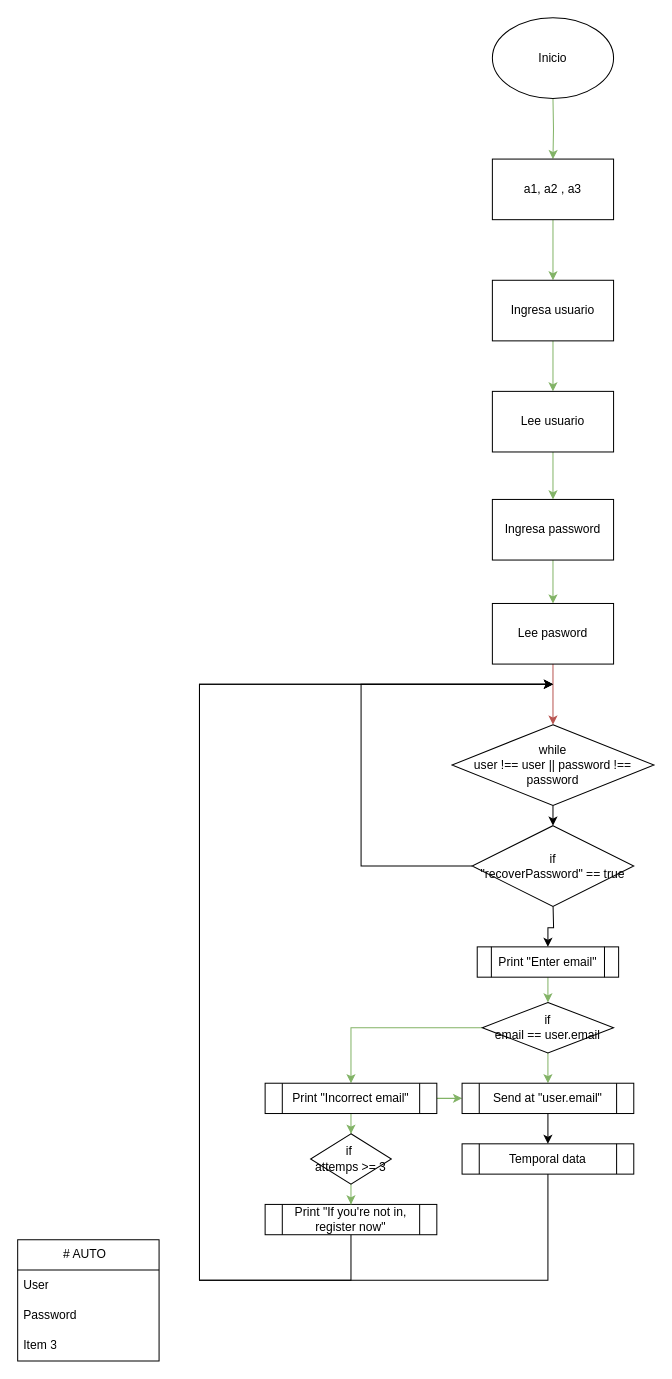
VictorJ-Ch/Cafeteria-Menu keeps this draw.io diagram as Diagrama sin título.drawio. Above is the earlier version. Source tidied: cells renumbered, new cells numbered last; positions are measured from the earlier drawing's top-left corner, leaving out a move shared by most shapes. Both pictures are drawn from the tidied source at 101%, with x=0, y=0 at pixel (17, 17).
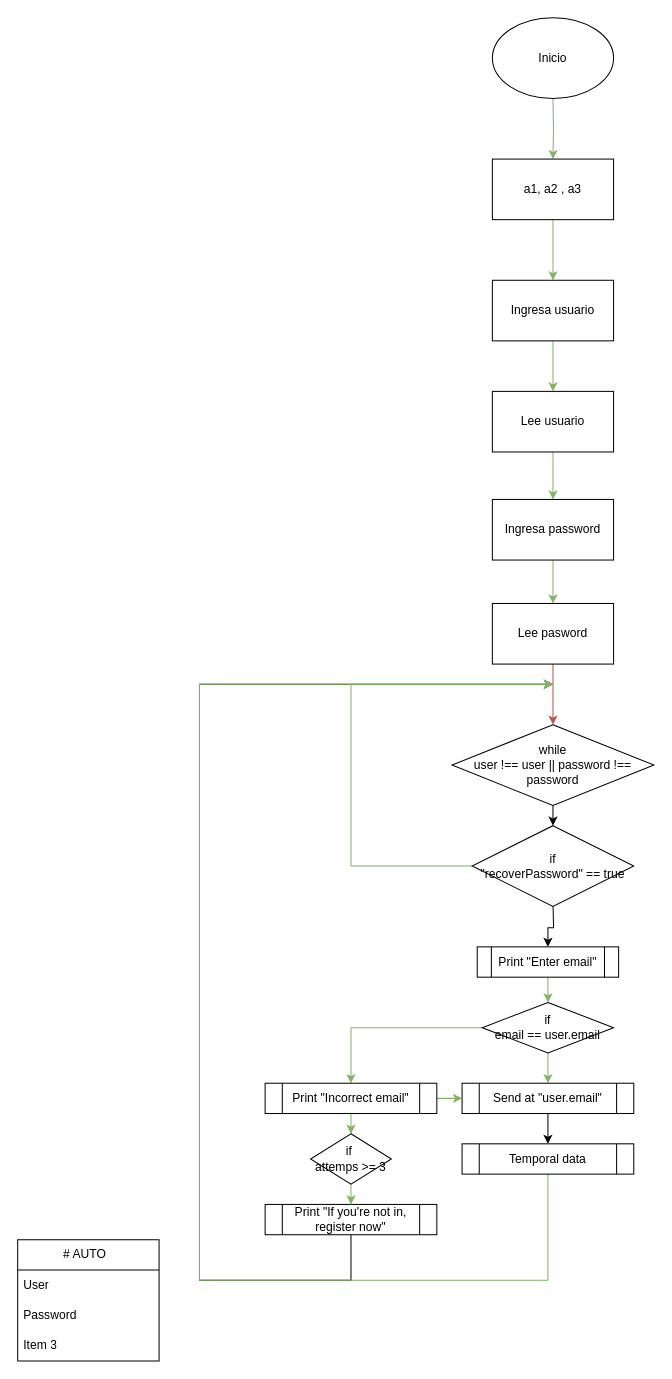
The same diagram, later.

The change refers to these unchanged cells:
```xml
<mxCell id="31" value="Temporal data" style="shape=process;whiteSpace=wrap;html=1;backgroundOutline=1;" parent="1" vertex="1">
  <mxGeometry x="440" y="1115" width="170" height="30" as="geometry" />
</mxCell>
<mxCell id="38" value="if&lt;br&gt;&quot;recoverPassword&quot; == true" style="rhombus;whiteSpace=wrap;html=1;" parent="1" vertex="1">
  <mxGeometry x="450" y="800" width="160" height="80" as="geometry" />
</mxCell>
```

What changed in the source:
```diff
@@
-    <mxCell id="30" style="edgeStyle=orthogonalEdgeStyle;rounded=0;jettySize=auto;html=1;exitX=0.5;exitY=1;exitDx=0;exitDy=0;" parent="1" edge="1" source="31">
+    <mxCell id="30" style="edgeStyle=orthogonalEdgeStyle;rounded=0;jettySize=auto;html=1;exitX=0.5;exitY=1;exitDx=0;exitDy=0;fillColor=#d5e8d4;gradientColor=#97d077;strokeColor=#82b366;" parent="1" edge="1" source="31">
       <mxGeometry relative="1" as="geometry">
         <mxPoint x="530" y="660" as="targetPoint" />
         <Array as="points">
           <mxPoint x="525" y="1250" />
           <mxPoint x="180" y="1250" />
           <mxPoint x="180" y="660" />
         </Array>
       </mxGeometry>
     </mxCell>
@@
-    <mxCell id="37" style="edgeStyle=orthogonalEdgeStyle;rounded=0;jettySize=auto;html=1;exitX=0;exitY=0.5;exitDx=0;exitDy=0;" parent="1" edge="1" source="38">
+    <mxCell id="37" style="edgeStyle=orthogonalEdgeStyle;rounded=0;jettySize=auto;html=1;exitX=0;exitY=0.5;exitDx=0;exitDy=0;fillColor=#d5e8d4;gradientColor=#97d077;strokeColor=#82b366;" parent="1" edge="1" source="38">
       <mxGeometry relative="1" as="geometry">
         <mxPoint x="530" y="660" as="targetPoint" />
         <Array as="points">
-          <mxPoint x="340" y="840" />
-          <mxPoint x="340" y="660" />
+          <mxPoint x="330" y="840" />
+          <mxPoint x="330" y="660" />
         </Array>
       </mxGeometry>
     </mxCell>
```
